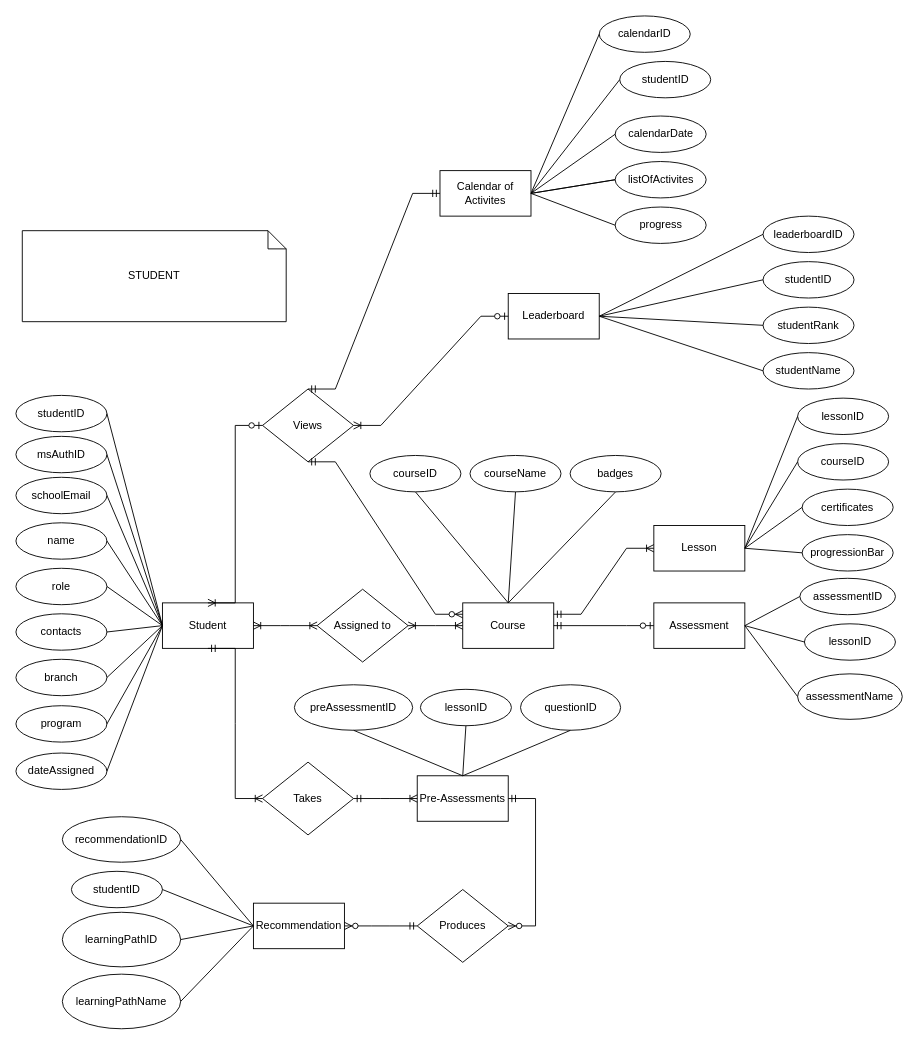
Before: page "Page-3" (1 of 3) of SL-Activities/Task121/.drawio in rnrhltn/javanc3uc1, a draw.io diagram. Source tidied: cells renumbered, new cells numbered last; positions are measured from the earlier drawing's top-left corner, leaving out a move shared by most shapes. Both pictures are drawn from the tidied source at 91%, with x=0, y=0 at pixel (15, 15).
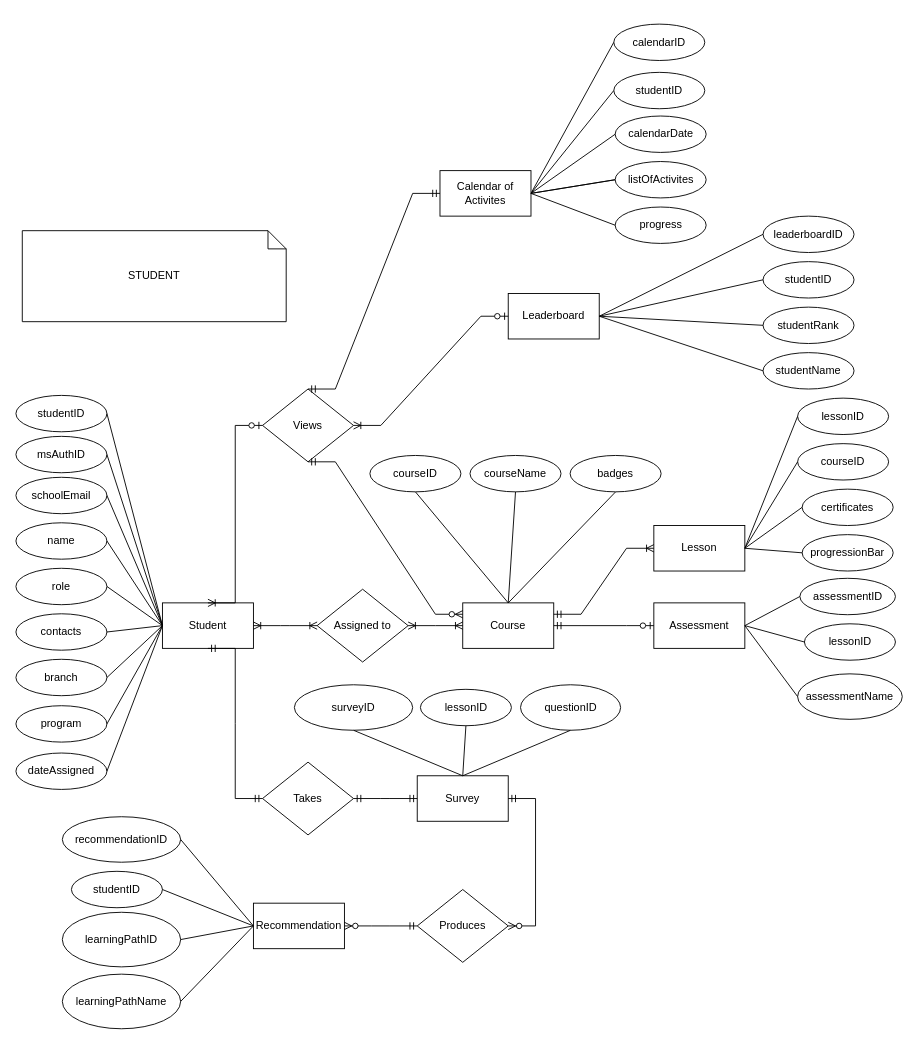
After the change.

Unchanged cells that the change refers to:
```xml
<mxCell id="2" value="Student" style="html=1;dashed=0;whiteSpace=wrap;" parent="1" vertex="1">
  <mxGeometry x="161" y="645" width="100" height="50" as="geometry" />
</mxCell>
<mxCell id="23" value="Takes" style="shape=rhombus;html=1;dashed=0;whiteSpace=wrap;perimeter=rhombusPerimeter;" parent="1" vertex="1">
  <mxGeometry x="271" y="820" width="100" height="80" as="geometry" />
</mxCell>
```

Change to the diagram source:
```diff
@@
-    <mxCell id="18" value="Pre-Assessments" style="html=1;dashed=0;whiteSpace=wrap;" parent="1" vertex="1">
+    <mxCell id="18" value="Survey" style="html=1;dashed=0;whiteSpace=wrap;" parent="1" vertex="1">
       <mxGeometry x="441" y="835" width="100" height="50" as="geometry" />
     </mxCell>
@@
-    <mxCell id="24" style="edgeStyle=entityRelationEdgeStyle;fontSize=12;html=1;endArrow=ERoneToMany;startArrow=ERmandOne;rounded=0;exitX=0.5;exitY=1;exitDx=0;exitDy=0;entryX=0;entryY=0.5;entryDx=0;entryDy=0;" parent="1" edge="1" source="2" target="23">
-      <mxGeometry relative="1" as="geometry" />
-    </mxCell>
-    <mxCell id="25" style="edgeStyle=entityRelationEdgeStyle;fontSize=12;html=1;endArrow=ERoneToMany;startArrow=ERmandOne;rounded=0;exitX=1;exitY=0.5;exitDx=0;exitDy=0;entryX=0;entryY=0.5;entryDx=0;entryDy=0;" parent="1" edge="1" source="23" target="18">
-      <mxGeometry relative="1" as="geometry" />
-    </mxCell>
@@
-    <mxCell id="73" value="preAssessmentID" style="ellipse;whiteSpace=wrap;html=1;align=center;" parent="1" vertex="1">
+    <mxCell id="73" value="surveyID" style="ellipse;whiteSpace=wrap;html=1;align=center;" parent="1" vertex="1">
       <mxGeometry x="306" y="735" width="130" height="50" as="geometry" />
     </mxCell>
@@
     <mxCell id="76" value="studentID" style="ellipse;whiteSpace=wrap;html=1;align=center;" parent="1" vertex="1">
-      <mxGeometry x="663.5" y="50" width="100" height="40" as="geometry" />
+      <mxGeometry x="657" y="62" width="100" height="40" as="geometry" />
     </mxCell>
@@
     <mxCell id="78" value="calendarID" style="ellipse;whiteSpace=wrap;html=1;align=center;" parent="1" vertex="1">
-      <mxGeometry x="641" width="100" height="40" as="geometry" />
+      <mxGeometry x="657" y="9" width="100" height="40" as="geometry" />
     </mxCell>
@@
+    <mxCell id="24" style="edgeStyle=entityRelationEdgeStyle;fontSize=12;html=1;endArrow=ERmandOne;startArrow=ERmandOne;rounded=0;exitX=0.5;exitY=1;exitDx=0;exitDy=0;entryX=0;entryY=0.5;entryDx=0;entryDy=0;" parent="1" edge="1" source="2" target="23">
+      <mxGeometry relative="1" as="geometry" />
+    </mxCell>
+    <mxCell id="25" style="edgeStyle=entityRelationEdgeStyle;fontSize=12;html=1;endArrow=ERmandOne;startArrow=ERmandOne;rounded=0;exitX=1;exitY=0.5;exitDx=0;exitDy=0;entryX=0;entryY=0.5;entryDx=0;entryDy=0;" parent="1" edge="1" source="23" target="18">
+      <mxGeometry relative="1" as="geometry" />
+    </mxCell>
```
